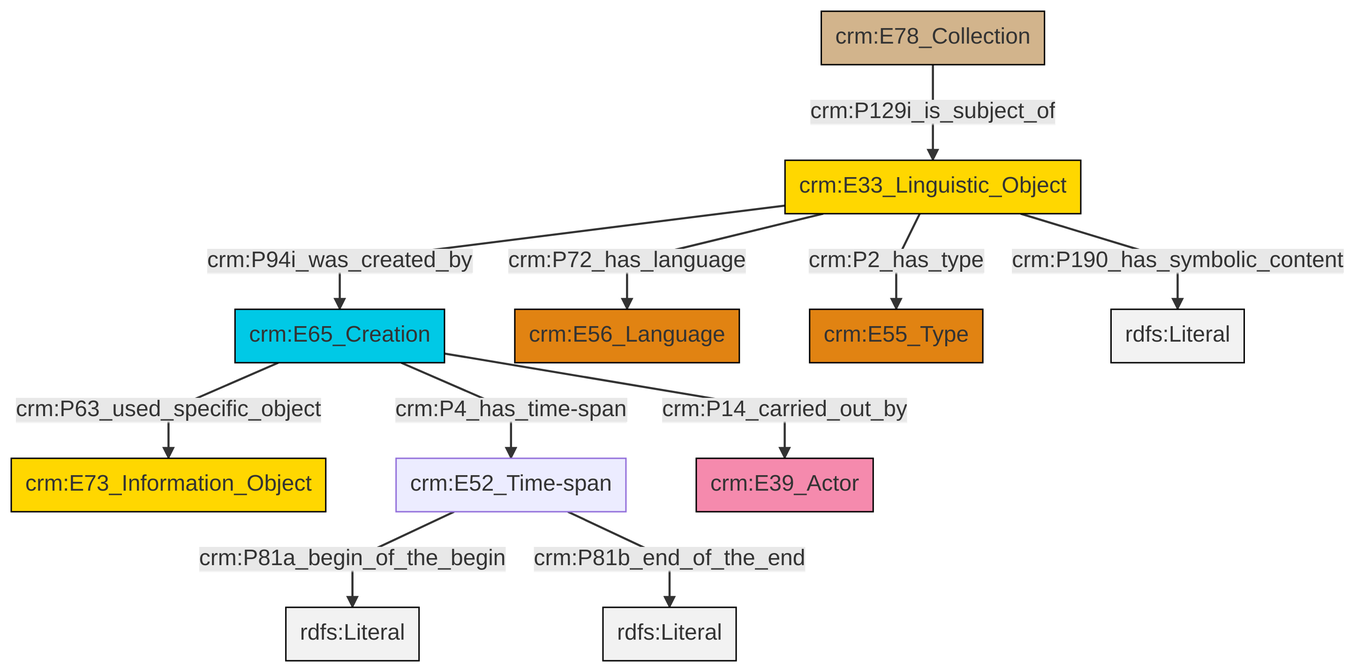
Before: et/archivalCSV/ttl/mmd/png/archival_desc.png, a diagram exported from Mermaid (swiss-art-research-net/docs.swissartresearch). Its source is kept beside it as et/archivalCSV/ttl/mmd/archival_desc.ttl.mmd. Its diagram source:
```mermaid
graph TD
classDef Literal fill:#f2f2f2,stroke:#000000;
classDef CRM_Entity fill:#FFFFFF,stroke:#000000;
classDef Temporal_Entity fill:#00C9E6, stroke:#000000;
classDef Type fill:#E18312, stroke:#000000;
classDef Time-Span fill:#2C9C91, stroke:#000000;
classDef Appellation fill:#FFEB7F, stroke:#000000;
classDef Place fill:#008836, stroke:#000000;
classDef Persistent_Item fill:#B266B2, stroke:#000000;
classDef Conceptual_Object fill:#FFD700, stroke:#000000;
classDef Physical_Thing fill:#D2B48C, stroke:#000000;
classDef Actor fill:#f58aad, stroke:#000000;
classDef PC_Classes fill:#4ce600, stroke:#000000;
classDef Multi fill:#cccccc,stroke:#000000;

2["crm:E65_Creation"]:::Temporal_Entity -->|crm:P63_used_specific_object| 0["crm:E73_Information_Object"]:::Conceptual_Object
5["crm:E52_Time-span"]:::Default -->|crm:P81a_begin_of_the_begin| 9[rdfs:Literal]:::Literal
10["crm:E33_Linguistic_Object"]:::Conceptual_Object -->|crm:P94i_was_created_by| 2["crm:E65_Creation"]:::Temporal_Entity
10["crm:E33_Linguistic_Object"]:::Conceptual_Object -->|crm:P72_has_language| 7["crm:E56_Language"]:::Type
5["crm:E52_Time-span"]:::Default -->|crm:P81b_end_of_the_end| 14[rdfs:Literal]:::Literal
2["crm:E65_Creation"]:::Temporal_Entity -->|crm:P4_has_time-span| 5["crm:E52_Time-span"]:::Default
10["crm:E33_Linguistic_Object"]:::Conceptual_Object -->|crm:P2_has_type| 16["crm:E55_Type"]:::Type
3["crm:E78_Collection"]:::Physical_Thing -->|crm:P129i_is_subject_of| 10["crm:E33_Linguistic_Object"]:::Conceptual_Object
10["crm:E33_Linguistic_Object"]:::Conceptual_Object -->|crm:P190_has_symbolic_content| 17[rdfs:Literal]:::Literal
2["crm:E65_Creation"]:::Temporal_Entity -->|crm:P14_carried_out_by| 12["crm:E39_Actor"]:::Actor
```
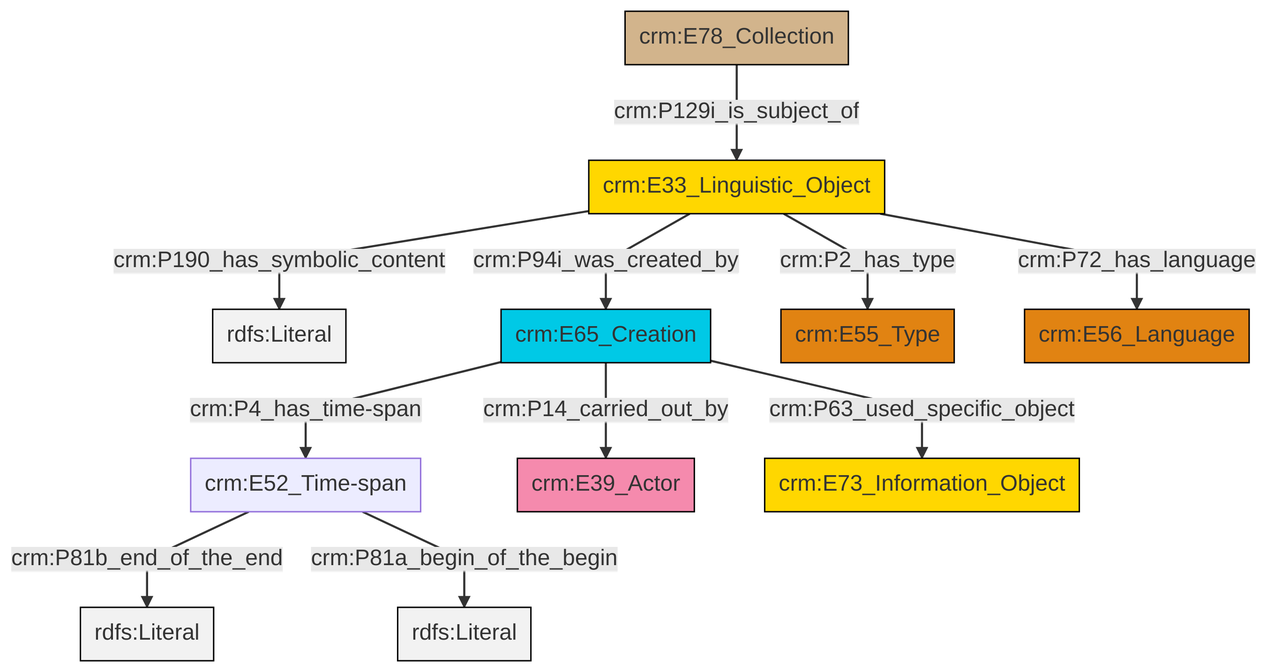
After the change.

The edit, as a diff of the source:
```diff
@@ -13,13 +13,13 @@
 classDef PC_Classes fill:#4ce600, stroke:#000000;
 classDef Multi fill:#cccccc,stroke:#000000;
 
-2["crm:E65_Creation"]:::Temporal_Entity -->|crm:P63_used_specific_object| 0["crm:E73_Information_Object"]:::Conceptual_Object
-5["crm:E52_Time-span"]:::Default -->|crm:P81a_begin_of_the_begin| 9[rdfs:Literal]:::Literal
-10["crm:E33_Linguistic_Object"]:::Conceptual_Object -->|crm:P94i_was_created_by| 2["crm:E65_Creation"]:::Temporal_Entity
-10["crm:E33_Linguistic_Object"]:::Conceptual_Object -->|crm:P72_has_language| 7["crm:E56_Language"]:::Type
-5["crm:E52_Time-span"]:::Default -->|crm:P81b_end_of_the_end| 14[rdfs:Literal]:::Literal
-2["crm:E65_Creation"]:::Temporal_Entity -->|crm:P4_has_time-span| 5["crm:E52_Time-span"]:::Default
-10["crm:E33_Linguistic_Object"]:::Conceptual_Object -->|crm:P2_has_type| 16["crm:E55_Type"]:::Type
-3["crm:E78_Collection"]:::Physical_Thing -->|crm:P129i_is_subject_of| 10["crm:E33_Linguistic_Object"]:::Conceptual_Object
-10["crm:E33_Linguistic_Object"]:::Conceptual_Object -->|crm:P190_has_symbolic_content| 17[rdfs:Literal]:::Literal
-2["crm:E65_Creation"]:::Temporal_Entity -->|crm:P14_carried_out_by| 12["crm:E39_Actor"]:::Actor
+2["crm:E33_Linguistic_Object"]:::Conceptual_Object -->|crm:P190_has_symbolic_content| 3[rdfs:Literal]:::Literal
+0["crm:E52_Time-span"]:::Default -->|crm:P81b_end_of_the_end| 4[rdfs:Literal]:::Literal
+5["crm:E65_Creation"]:::Temporal_Entity -->|crm:P14_carried_out_by| 7["crm:E39_Actor"]:::Actor
+2["crm:E33_Linguistic_Object"]:::Conceptual_Object -->|crm:P2_has_type| 8["crm:E55_Type"]:::Type
+5["crm:E65_Creation"]:::Temporal_Entity -->|crm:P63_used_specific_object| 14["crm:E73_Information_Object"]:::Conceptual_Object
+12["crm:E78_Collection"]:::Physical_Thing -->|crm:P129i_is_subject_of| 2["crm:E33_Linguistic_Object"]:::Conceptual_Object
+2["crm:E33_Linguistic_Object"]:::Conceptual_Object -->|crm:P72_has_language| 10["crm:E56_Language"]:::Type
+5["crm:E65_Creation"]:::Temporal_Entity -->|crm:P4_has_time-span| 0["crm:E52_Time-span"]:::Default
+2["crm:E33_Linguistic_Object"]:::Conceptual_Object -->|crm:P94i_was_created_by| 5["crm:E65_Creation"]:::Temporal_Entity
+0["crm:E52_Time-span"]:::Default -->|crm:P81a_begin_of_the_begin| 18[rdfs:Literal]:::Literal
```
